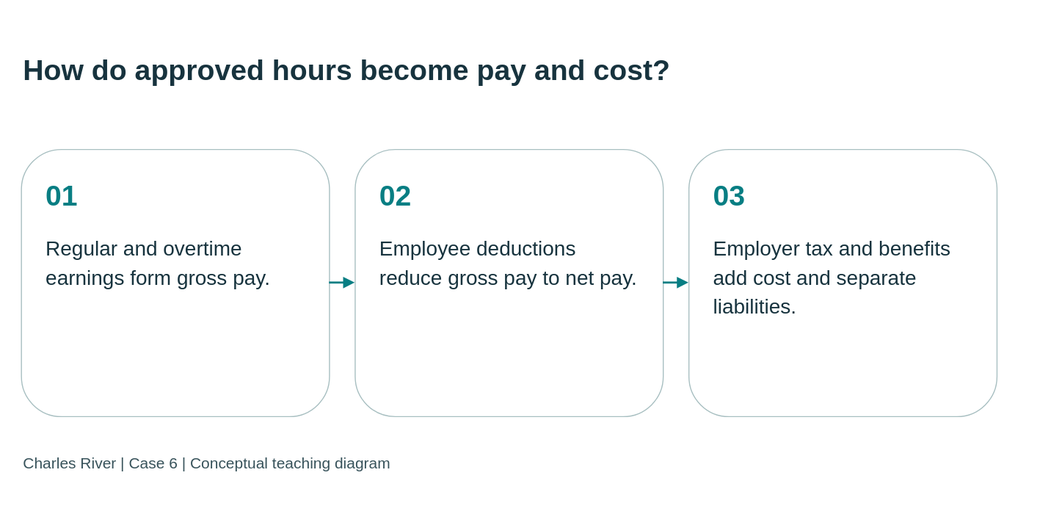
Above: static/diagrams/cases/case06-pay.svg in mmcodesso/CharlesRiver_Database (draw.io), before the change. Source tidied: cells renumbered, new cells last; positions are measured from the earlier drawing's top-left corner, leaving out a move shared by most shapes. Its diagram source:
```xml
<mxGraphModel background="#f5f5ee">
  <root>
    <mxCell id="0" />
    <mxCell id="1" parent="0" />
    <mxCell id="2" value="How do approved hours become pay and cost?" style="text;html=0;strokeColor=none;fillColor=none;align=left;verticalAlign=middle;whiteSpace=wrap;fontSize=28;fontStyle=1;fontColor=#17333e;fontFamily=Arial;" parent="1" vertex="1">
      <mxGeometry width="950" height="95" as="geometry" />
    </mxCell>
    <mxCell id="3" value="&lt;div style=&quot;font-size:28px;color:#087e83;font-weight:bold;margin-bottom:20px&quot;&gt;01&lt;/div&gt;&lt;div style=&quot;font-size:20px;line-height:1.4&quot;&gt;Regular and overtime earnings form gross pay.&lt;/div&gt;" style="rounded=1;whiteSpace=wrap;html=1;fillColor=#ffffff;strokeColor=#a8bfc1;fontColor=#17333e;align=left;verticalAlign=top;spacing=24;fontFamily=Arial;fontSize=20;" parent="1" vertex="1">
      <mxGeometry y="125" width="300" height="260" as="geometry" />
    </mxCell>
    <mxCell id="4" value="&lt;div style=&quot;font-size:28px;color:#087e83;font-weight:bold;margin-bottom:20px&quot;&gt;02&lt;/div&gt;&lt;div style=&quot;font-size:20px;line-height:1.4&quot;&gt;Employee deductions reduce gross pay to net pay.&lt;/div&gt;" style="rounded=1;whiteSpace=wrap;html=1;fillColor=#ffffff;strokeColor=#a8bfc1;fontColor=#17333e;align=left;verticalAlign=top;spacing=24;fontFamily=Arial;fontSize=20;" parent="1" vertex="1">
      <mxGeometry x="325" y="125" width="300" height="260" as="geometry" />
    </mxCell>
    <mxCell id="5" value="&lt;div style=&quot;font-size:28px;color:#087e83;font-weight:bold;margin-bottom:20px&quot;&gt;03&lt;/div&gt;&lt;div style=&quot;font-size:20px;line-height:1.4&quot;&gt;Employer tax and benefits add cost and separate liabilities.&lt;/div&gt;" style="rounded=1;whiteSpace=wrap;html=1;fillColor=#ffffff;strokeColor=#a8bfc1;fontColor=#17333e;align=left;verticalAlign=top;spacing=24;fontFamily=Arial;fontSize=20;" parent="1" vertex="1">
      <mxGeometry x="650" y="125" width="300" height="260" as="geometry" />
    </mxCell>
    <mxCell id="6" style="edgeStyle=orthogonalEdgeStyle;rounded=0;html=1;endArrow=block;endFill=1;strokeColor=#087e83;strokeWidth=2;" parent="1" edge="1" source="3" target="4">
      <mxGeometry relative="1" as="geometry" />
    </mxCell>
    <mxCell id="7" style="edgeStyle=orthogonalEdgeStyle;rounded=0;html=1;endArrow=block;endFill=1;strokeColor=#087e83;strokeWidth=2;" parent="1" edge="1" source="4" target="5">
      <mxGeometry relative="1" as="geometry" />
    </mxCell>
    <mxCell id="8" value="Charles River | Case 6 | Conceptual teaching diagram" style="text;html=0;strokeColor=none;fillColor=none;align=left;fontSize=15;fontColor=#38535b;fontFamily=Arial;" parent="1" vertex="1">
      <mxGeometry y="415" width="950" height="35" as="geometry" />
    </mxCell>
  </root>
</mxGraphModel>
```
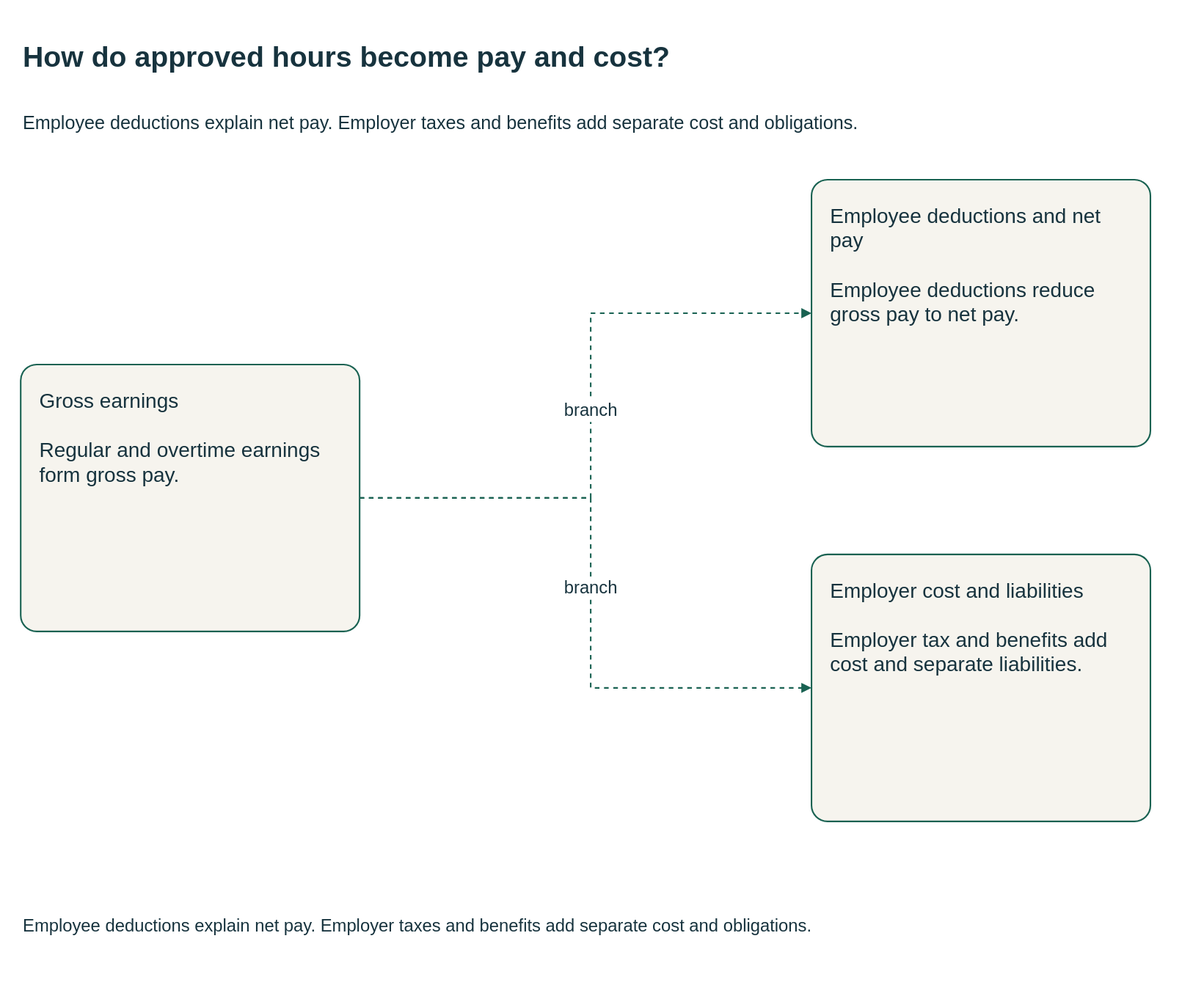
Later version of the same file.

Change to the diagram source:
```diff
@@ -1,27 +1,40 @@
-<mxGraphModel background="#f5f5ee">
+<mxGraphModel background="#FFFFFF">
   <root>
     <mxCell id="0" />
     <mxCell id="1" parent="0" />
-    <mxCell id="2" value="How do approved hours become pay and cost?" style="text;html=0;strokeColor=none;fillColor=none;align=left;verticalAlign=middle;whiteSpace=wrap;fontSize=28;fontStyle=1;fontColor=#17333e;fontFamily=Arial;" parent="1" vertex="1">
-      <mxGeometry width="950" height="95" as="geometry" />
+    <mxCell id="2" value="How do approved hours become pay and cost?" style="html=0;fontFamily=Arial;fontSize=20;fontColor=#17333e;strokeColor=#196252;strokeWidth=1.5;whiteSpace=wrap;text;strokeColor=none;fillColor=none;align=left;verticalAlign=middle;fontSize=28;fontStyle=1;" parent="1" vertex="1">
+      <mxGeometry y="-10" width="1110" height="70" as="geometry" />
     </mxCell>
+    <mxCell id="9" value="Employee deductions explain net pay. Employer taxes and benefits add separate cost and obligations." style="html=0;fontFamily=Arial;fontSize=20;fontColor=#17333e;strokeColor=#196252;strokeWidth=1.5;whiteSpace=wrap;text;strokeColor=none;fillColor=none;align=left;verticalAlign=middle;fontSize=18;fontStyle=0;" parent="1" vertex="1">
+      <mxGeometry y="62" width="1110" height="55" as="geometry" />
+    </mxCell>
-    <mxCell id="3" value="&lt;div style=&quot;font-size:28px;color:#087e83;font-weight:bold;margin-bottom:20px&quot;&gt;01&lt;/div&gt;&lt;div style=&quot;font-size:20px;line-height:1.4&quot;&gt;Regular and overtime earnings form gross pay.&lt;/div&gt;" style="rounded=1;whiteSpace=wrap;html=1;fillColor=#ffffff;strokeColor=#a8bfc1;fontColor=#17333e;align=left;verticalAlign=top;spacing=24;fontFamily=Arial;fontSize=20;" parent="1" vertex="1">
-      <mxGeometry y="125" width="300" height="260" as="geometry" />
+    <mxCell id="3" value="Gross earnings&#10;&#10;Regular and overtime earnings form gross pay." style="html=0;fontFamily=Arial;fontSize=20;fontColor=#17333e;strokeColor=#196252;strokeWidth=1.5;whiteSpace=wrap;rounded=1;arcSize=6;fillColor=#f6f4ee;align=left;verticalAlign=top;spacing=18;" parent="1" vertex="1">
+      <mxGeometry y="325" width="330" height="260" as="geometry" />
     </mxCell>
-    <mxCell id="4" value="&lt;div style=&quot;font-size:28px;color:#087e83;font-weight:bold;margin-bottom:20px&quot;&gt;02&lt;/div&gt;&lt;div style=&quot;font-size:20px;line-height:1.4&quot;&gt;Employee deductions reduce gross pay to net pay.&lt;/div&gt;" style="rounded=1;whiteSpace=wrap;html=1;fillColor=#ffffff;strokeColor=#a8bfc1;fontColor=#17333e;align=left;verticalAlign=top;spacing=24;fontFamily=Arial;fontSize=20;" parent="1" vertex="1">
-      <mxGeometry x="325" y="125" width="300" height="260" as="geometry" />
+    <mxCell id="4" value="Employee deductions and net pay&#10;&#10;Employee deductions reduce gross pay to net pay." style="html=0;fontFamily=Arial;fontSize=20;fontColor=#17333e;strokeColor=#196252;strokeWidth=1.5;whiteSpace=wrap;rounded=1;arcSize=6;fillColor=#f6f4ee;align=left;verticalAlign=top;spacing=18;" parent="1" vertex="1">
+      <mxGeometry x="770" y="145" width="330" height="260" as="geometry" />
     </mxCell>
-    <mxCell id="5" value="&lt;div style=&quot;font-size:28px;color:#087e83;font-weight:bold;margin-bottom:20px&quot;&gt;03&lt;/div&gt;&lt;div style=&quot;font-size:20px;line-height:1.4&quot;&gt;Employer tax and benefits add cost and separate liabilities.&lt;/div&gt;" style="rounded=1;whiteSpace=wrap;html=1;fillColor=#ffffff;strokeColor=#a8bfc1;fontColor=#17333e;align=left;verticalAlign=top;spacing=24;fontFamily=Arial;fontSize=20;" parent="1" vertex="1">
-      <mxGeometry x="650" y="125" width="300" height="260" as="geometry" />
+    <mxCell id="5" value="Employer cost and liabilities&#10;&#10;Employer tax and benefits add cost and separate liabilities." style="html=0;fontFamily=Arial;fontSize=20;fontColor=#17333e;strokeColor=#196252;strokeWidth=1.5;whiteSpace=wrap;rounded=1;arcSize=6;fillColor=#f6f4ee;align=left;verticalAlign=top;spacing=18;" parent="1" vertex="1">
+      <mxGeometry x="770" y="510" width="330" height="260" as="geometry" />
     </mxCell>
-    <mxCell id="6" style="edgeStyle=orthogonalEdgeStyle;rounded=0;html=1;endArrow=block;endFill=1;strokeColor=#087e83;strokeWidth=2;" parent="1" edge="1" source="3" target="4">
-      <mxGeometry relative="1" as="geometry" />
+    <mxCell id="6" value="branch" style="html=0;fontFamily=Arial;fontSize=20;fontColor=#17333e;strokeColor=#196252;strokeWidth=1.5;whiteSpace=wrap;edgeStyle=orthogonalEdgeStyle;rounded=0;fillColor=none;fontSize=17;labelBackgroundColor=#FFFFFF;startArrow=none;endArrow=block;endFill=1;dashed=1;exitX=1;exitY=0.5;entryX=0;entryY=0.5;" parent="1" edge="1" source="3" target="4">
+      <mxGeometry relative="1" as="geometry">
+        <Array as="points">
+          <mxPoint x="555" y="455" />
+          <mxPoint x="555" y="275" />
+        </Array>
+      </mxGeometry>
     </mxCell>
-    <mxCell id="7" style="edgeStyle=orthogonalEdgeStyle;rounded=0;html=1;endArrow=block;endFill=1;strokeColor=#087e83;strokeWidth=2;" parent="1" edge="1" source="4" target="5">
-      <mxGeometry relative="1" as="geometry" />
+    <mxCell id="7" value="branch" style="html=0;fontFamily=Arial;fontSize=20;fontColor=#17333e;strokeColor=#196252;strokeWidth=1.5;whiteSpace=wrap;edgeStyle=orthogonalEdgeStyle;rounded=0;fillColor=none;fontSize=17;labelBackgroundColor=#FFFFFF;startArrow=none;endArrow=block;endFill=1;dashed=1;exitX=1;exitY=0.5;entryX=0;entryY=0.5;" parent="1" edge="1" source="3" target="5">
+      <mxGeometry relative="1" as="geometry">
+        <Array as="points">
+          <mxPoint x="555" y="455" />
+          <mxPoint x="555" y="640" />
+        </Array>
+      </mxGeometry>
     </mxCell>
-    <mxCell id="8" value="Charles River | Case 6 | Conceptual teaching diagram" style="text;html=0;strokeColor=none;fillColor=none;align=left;fontSize=15;fontColor=#38535b;fontFamily=Arial;" parent="1" vertex="1">
-      <mxGeometry y="415" width="950" height="35" as="geometry" />
+    <mxCell id="8" value="Employee deductions explain net pay. Employer taxes and benefits add separate cost and obligations." style="html=0;fontFamily=Arial;fontSize=20;fontColor=#17333e;strokeColor=#196252;strokeWidth=1.5;whiteSpace=wrap;text;strokeColor=none;fillColor=none;align=left;verticalAlign=middle;fontSize=17;fontStyle=0;" parent="1" vertex="1">
+      <mxGeometry y="842" width="1110" height="60" as="geometry" />
     </mxCell>
   </root>
 </mxGraphModel>
```
